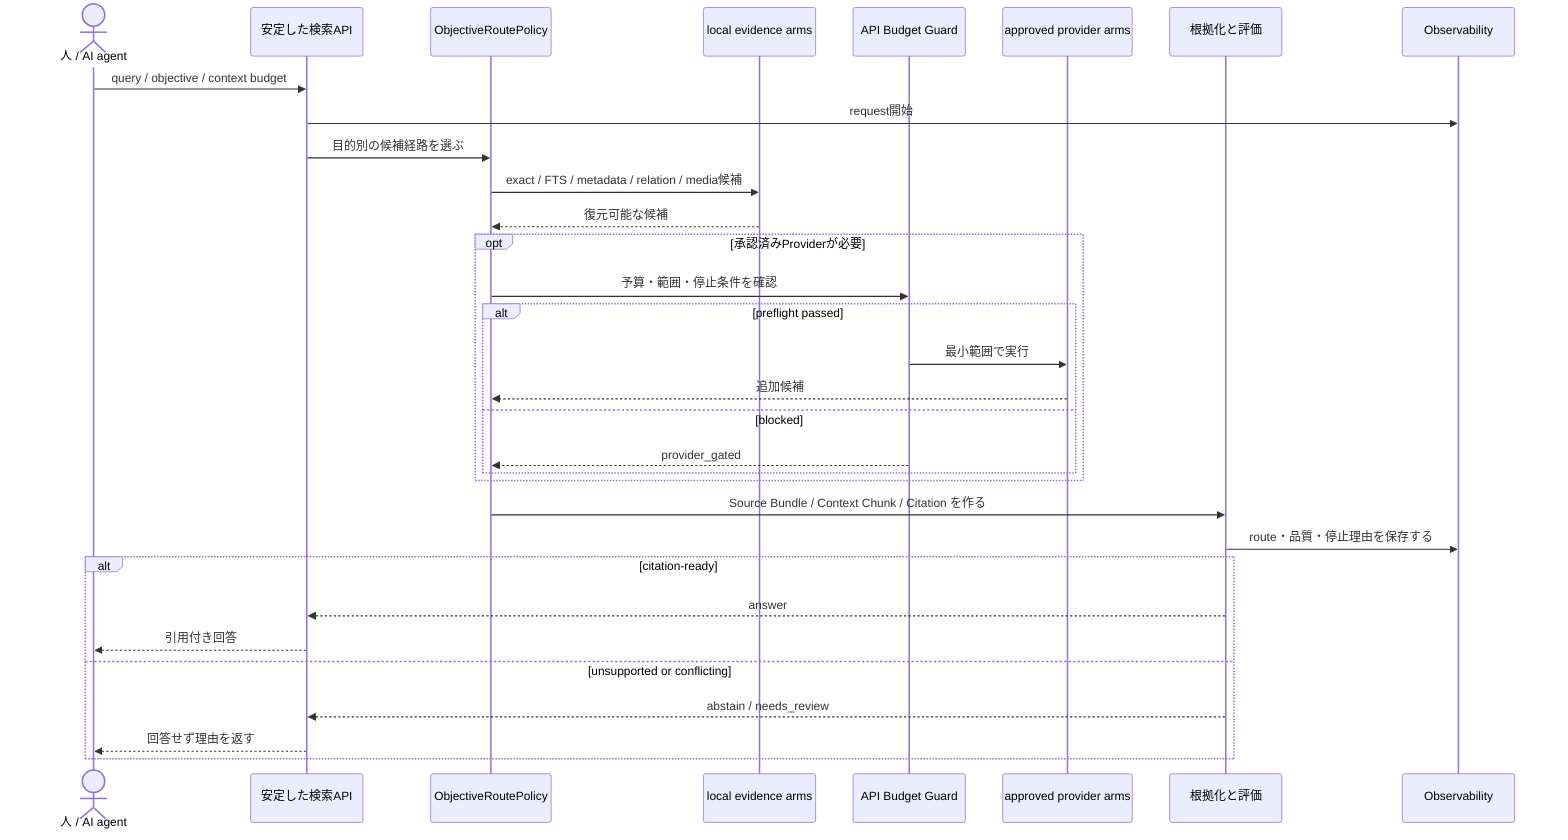
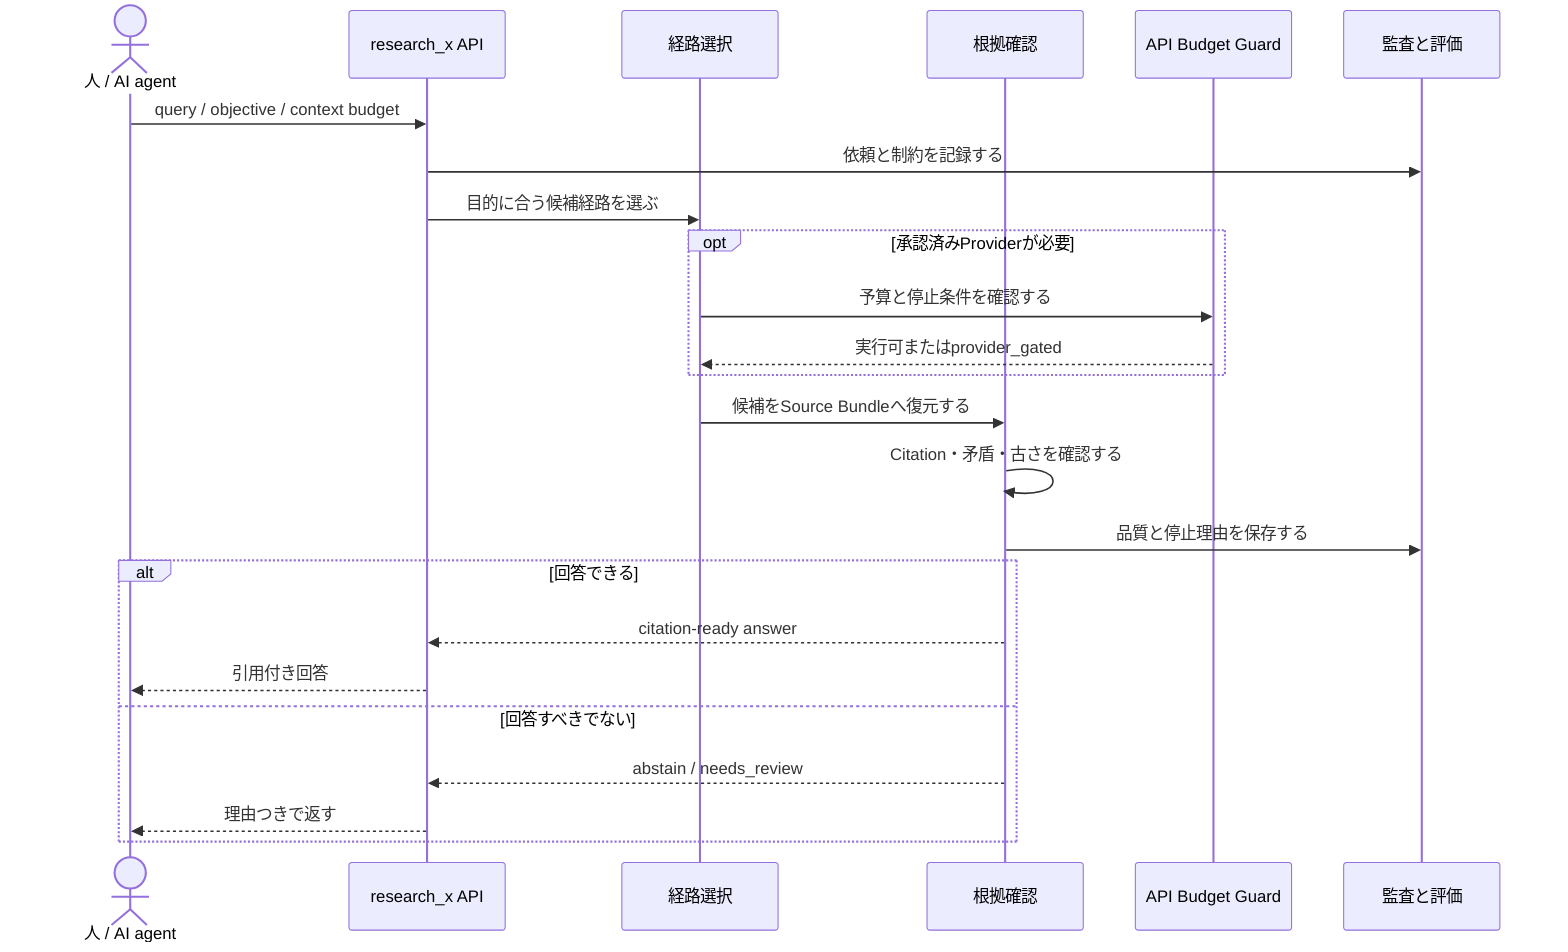
sequenceDiagram
-   %% 完成形の1回の memory query シーケンス図: 目的別ルーティングから回答・保留までを見る
+   %% 完成形の1回の memory query シーケンス図: 経路選択から引用付き回答または棄権までを見る

  actor User as 人 / AI agent
-   participant API as 安定した検索API
-   participant Policy as ObjectiveRoutePolicy
-   participant Local as local evidence arms
-   participant Gate as API Budget Guard
-   participant Provider as approved provider arms
-   participant Evidence as 根拠化と評価
-   participant Trace as Observability
+   participant RX as research_x API
+   participant Route as 経路選択
+   participant Evidence as 根拠確認
+   participant Guard as API Budget Guard
+   participant Trace as 監査と評価

-   User->>API: query / objective / context budget
-   API->>Trace: request開始
-   API->>Policy: 目的別の候補経路を選ぶ
-   Policy->>Local: exact / FTS / metadata / relation / media候補
-   Local-->>Policy: 復元可能な候補
+   User->>RX: query / objective / context budget
+   RX->>Trace: 依頼と制約を記録する
+   RX->>Route: 目的に合う候補経路を選ぶ

  opt 承認済みProviderが必要
-     Policy->>Gate: 予算・範囲・停止条件を確認
-     alt preflight passed
-       Gate->>Provider: 最小範囲で実行
-       Provider-->>Policy: 追加候補
-     else blocked
-       Gate-->>Policy: provider_gated
-     end
+     Route->>Guard: 予算と停止条件を確認する
+     Guard-->>Route: 実行可またはprovider_gated
  end

-   Policy->>Evidence: Source Bundle / Context Chunk / Citation を作る
-   Evidence->>Trace: route・品質・停止理由を保存する
+   Route->>Evidence: 候補をSource Bundleへ復元する
+   Evidence->>Evidence: Citation・矛盾・古さを確認する
+   Evidence->>Trace: 品質と停止理由を保存する

-   alt citation-ready
-     Evidence-->>API: answer
-     API-->>User: 引用付き回答
-   else unsupported or conflicting
-     Evidence-->>API: abstain / needs_review
-     API-->>User: 回答せず理由を返す
+   alt 回答できる
+     Evidence-->>RX: citation-ready answer
+     RX-->>User: 引用付き回答
+   else 回答すべきでない
+     Evidence-->>RX: abstain / needs_review
+     RX-->>User: 理由つきで返す
  end
